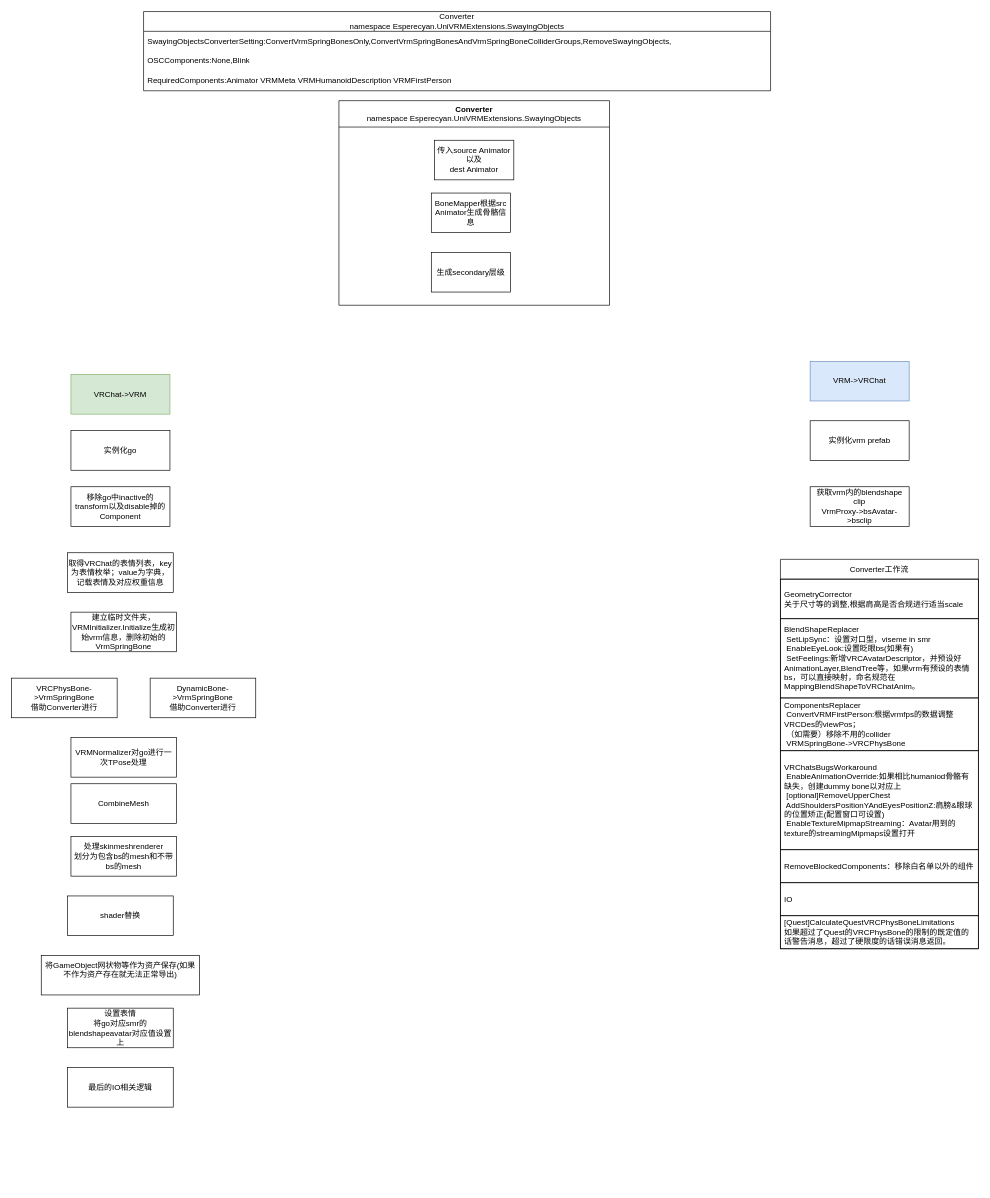
This is VRCA.drawio from Owlcean/drawiorecord, a draw.io file, before an edit. Source tidied: cells renumbered, new cells numbered last; positions are measured from the earlier drawing's top-left corner, leaving out a move shared by most shapes. Both pictures are drawn from the tidied source at 66%, with x=0, y=0 at pixel (11, 11).
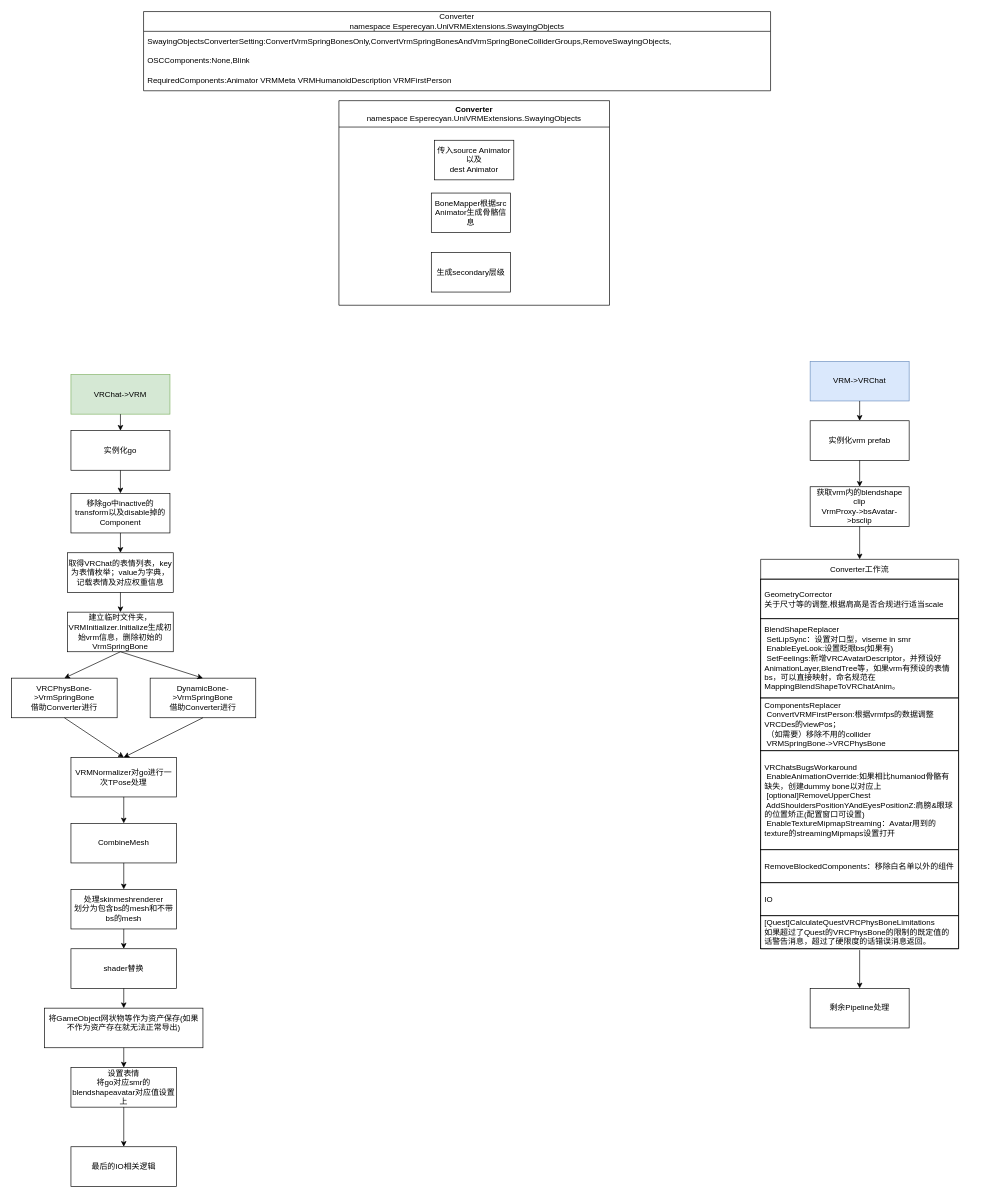
After the change.

Unchanged cells that the change refers to:
```xml
<mxCell id="2" value="VRChat-&amp;gt;VRM" style="rounded=0;whiteSpace=wrap;html=1;fillColor=#d5e8d4;strokeColor=#82b366;" parent="1" vertex="1">
  <mxGeometry x="90" y="550" width="150" height="60" as="geometry" />
</mxCell>
<mxCell id="3" value="实例化go" style="rounded=0;whiteSpace=wrap;html=1;" parent="1" vertex="1">
  <mxGeometry x="90" y="635" width="150" height="60" as="geometry" />
</mxCell>
<mxCell id="5" value="取得VRChat的表情列表，key为表情枚举；value为字典，记载表情及对应权重信息" style="whiteSpace=wrap;html=1;" parent="1" vertex="1">
  <mxGeometry x="85" y="820" width="160" height="60" as="geometry" />
</mxCell>
<mxCell id="7" value="VRCPhysBone-&amp;gt;VrmSpringBone&lt;br&gt;借助Converter进行" style="whiteSpace=wrap;html=1;" parent="1" vertex="1">
  <mxGeometry y="1010" width="160" height="60" as="geometry" />
</mxCell>
<mxCell id="16" value="DynamicBone-&amp;gt;VrmSpringBone&lt;br&gt;借助Converter进行" style="whiteSpace=wrap;html=1;" parent="1" vertex="1">
  <mxGeometry x="210" y="1010" width="160" height="60" as="geometry" />
</mxCell>
<mxCell id="24" value="VRM-&amp;gt;VRChat" style="rounded=0;whiteSpace=wrap;html=1;fillColor=#dae8fc;strokeColor=#6c8ebf;" parent="1" vertex="1">
  <mxGeometry x="1210" y="530" width="150" height="60" as="geometry" />
</mxCell>
<mxCell id="25" value="实例化vrm prefab" style="rounded=0;whiteSpace=wrap;html=1;" parent="1" vertex="1">
  <mxGeometry x="1210" y="620" width="150" height="60" as="geometry" />
</mxCell>
<mxCell id="26" value="获取vrm内的blendshape clip&lt;br&gt;VrmProxy-&amp;gt;bsAvatar-&amp;gt;bsclip" style="rounded=0;whiteSpace=wrap;html=1;" parent="1" vertex="1">
  <mxGeometry x="1210" y="720" width="150" height="60" as="geometry" />
</mxCell>
<mxCell id="34" value="[Quest]CalculateQuestVRCPhysBoneLimitations&lt;br&gt;如果超过了Quest的VRCPhysBone的限制的既定值的话警告消息，超过了硬限度的话错误消息返回。" style="text;strokeColor=default;fillColor=none;align=left;verticalAlign=middle;spacingLeft=4;spacingRight=4;overflow=hidden;points=[[0,0.5],[1,0.5]];portConstraint=eastwest;whiteSpace=wrap;html=1;" parent="27" vertex="1">
  <mxGeometry y="540" width="300" height="50" as="geometry" />
</mxCell>
```

What changed in the source:
```diff
@@
     <mxCell id="4" value="移除go中inactive的transform以及disable掉的Component" style="rounded=0;whiteSpace=wrap;html=1;" parent="1" vertex="1">
-      <mxGeometry x="90" y="720" width="150" height="60" as="geometry" />
+      <mxGeometry x="90" y="730" width="150" height="60" as="geometry" />
     </mxCell>
@@
     <mxCell id="6" value="建立临时文件夹，&lt;br&gt;VRMInitializer.Initialize生成初始vrm信息，删除初始的VrmSpringBone" style="whiteSpace=wrap;html=1;" parent="1" vertex="1">
-      <mxGeometry x="90" y="910" width="160" height="60" as="geometry" />
+      <mxGeometry x="85" y="910" width="160" height="60" as="geometry" />
     </mxCell>
@@
     <mxCell id="17" value="VRMNormalizer对go进行一次TPose处理" style="whiteSpace=wrap;html=1;" parent="1" vertex="1">
-      <mxGeometry x="90" y="1100" width="160" height="60" as="geometry" />
+      <mxGeometry x="90" y="1130" width="160" height="60" as="geometry" />
     </mxCell>
     <mxCell id="18" value="CombineMesh" style="whiteSpace=wrap;html=1;" parent="1" vertex="1">
-      <mxGeometry x="90" y="1170" width="160" height="60" as="geometry" />
+      <mxGeometry x="90" y="1230" width="160" height="60" as="geometry" />
     </mxCell>
     <mxCell id="19" value="处理skinmeshrenderer&lt;br&gt;划分为包含bs的mesh和不带bs的mesh" style="whiteSpace=wrap;html=1;" parent="1" vertex="1">
-      <mxGeometry x="90" y="1250" width="160" height="60" as="geometry" />
+      <mxGeometry x="90" y="1330" width="160" height="60" as="geometry" />
     </mxCell>
     <mxCell id="20" value="shader替换" style="whiteSpace=wrap;html=1;" parent="1" vertex="1">
-      <mxGeometry x="85" y="1340" width="160" height="60" as="geometry" />
+      <mxGeometry x="90" y="1420" width="160" height="60" as="geometry" />
     </mxCell>
     <mxCell id="21" value="&lt;div&gt;将GameObject网状物等作为资产保存(如果不作为资产存在就无法正常导出)&lt;/div&gt;&lt;div&gt;&lt;br&gt;&lt;/div&gt;" style="whiteSpace=wrap;html=1;" parent="1" vertex="1">
-      <mxGeometry x="45" y="1430" width="240" height="60" as="geometry" />
+      <mxGeometry x="50" y="1510" width="240" height="60" as="geometry" />
     </mxCell>
     <mxCell id="22" value="设置表情&lt;br&gt;将go对应smr的blendshapeavatar对应值设置上" style="whiteSpace=wrap;html=1;" parent="1" vertex="1">
-      <mxGeometry x="85" y="1510" width="160" height="60" as="geometry" />
+      <mxGeometry x="90" y="1600" width="160" height="60" as="geometry" />
     </mxCell>
     <mxCell id="23" value="最后的IO相关逻辑" style="whiteSpace=wrap;html=1;" parent="1" vertex="1">
-      <mxGeometry x="85" y="1600" width="160" height="60" as="geometry" />
+      <mxGeometry x="90" y="1720" width="160" height="60" as="geometry" />
     </mxCell>
@@
     <mxCell id="27" value="Converter工作流" style="swimlane;fontStyle=0;horizontal=1;startSize=30;whiteSpace=wrap;html=1;" parent="1" vertex="1">
-      <mxGeometry x="1165" y="830" width="300" height="590" as="geometry" />
+      <mxGeometry x="1135" y="830" width="300" height="590" as="geometry" />
     </mxCell>
@@
+    <mxCell id="35" value="剩余Pipeline处理" style="rounded=0;whiteSpace=wrap;html=1;" parent="1" vertex="1">
+      <mxGeometry x="1210" y="1480" width="150" height="60" as="geometry" />
+    </mxCell>
+    <mxCell id="36" style="endArrow=classic;html=1;rounded=0;exitX=0.5;exitY=1;exitDx=0;exitDy=0;entryX=0.5;entryY=0;entryDx=0;entryDy=0;" parent="1" edge="1" source="24" target="25">
+      <mxGeometry relative="1" as="geometry" />
+    </mxCell>
+    <mxCell id="37" style="endArrow=classic;html=1;rounded=0;exitX=0.5;exitY=1;exitDx=0;exitDy=0;entryX=0.5;entryY=0;entryDx=0;entryDy=0;" parent="1" edge="1" source="25" target="26">
+      <mxGeometry relative="1" as="geometry" />
+    </mxCell>
+    <mxCell id="38" style="endArrow=classic;html=1;rounded=0;exitX=0.5;exitY=1;exitDx=0;exitDy=0;entryX=0.5;entryY=0;entryDx=0;entryDy=0;" parent="1" edge="1" source="26" target="27">
+      <mxGeometry relative="1" as="geometry" />
+    </mxCell>
+    <mxCell id="39" style="endArrow=classic;html=1;rounded=0;exitX=0.5;exitY=1.04;exitDx=0;exitDy=0;entryX=0.5;entryY=0;entryDx=0;entryDy=0;exitPerimeter=0;" parent="1" edge="1" source="34" target="35">
+      <mxGeometry relative="1" as="geometry" />
+    </mxCell>
+    <mxCell id="40" style="endArrow=classic;html=1;rounded=0;exitX=0.5;exitY=1;exitDx=0;exitDy=0;entryX=0.5;entryY=0;entryDx=0;entryDy=0;" parent="1" edge="1" source="2" target="3">
+      <mxGeometry relative="1" as="geometry" />
+    </mxCell>
+    <mxCell id="41" style="endArrow=classic;html=1;rounded=0;entryX=0.5;entryY=0;entryDx=0;entryDy=0;exitX=0.5;exitY=1;exitDx=0;exitDy=0;" parent="1" edge="1" source="3" target="4">
+      <mxGeometry relative="1" as="geometry" />
+    </mxCell>
+    <mxCell id="42" style="endArrow=classic;html=1;rounded=0;entryX=0.5;entryY=0;entryDx=0;entryDy=0;exitX=0.5;exitY=1;exitDx=0;exitDy=0;" parent="1" edge="1" source="4" target="5">
+      <mxGeometry relative="1" as="geometry" />
+    </mxCell>
+    <mxCell id="43" style="endArrow=classic;html=1;rounded=0;entryX=0.5;entryY=0;entryDx=0;entryDy=0;exitX=0.5;exitY=1;exitDx=0;exitDy=0;" parent="1" edge="1" source="5" target="6">
+      <mxGeometry relative="1" as="geometry" />
+    </mxCell>
+    <mxCell id="44" style="endArrow=classic;html=1;rounded=0;entryX=0.5;entryY=0;entryDx=0;entryDy=0;exitX=0.5;exitY=1;exitDx=0;exitDy=0;" parent="1" edge="1" source="6" target="7">
+      <mxGeometry relative="1" as="geometry" />
+    </mxCell>
+    <mxCell id="45" style="endArrow=classic;html=1;rounded=0;entryX=0.5;entryY=0;entryDx=0;entryDy=0;exitX=0.5;exitY=1;exitDx=0;exitDy=0;" parent="1" edge="1" source="6" target="16">
+      <mxGeometry relative="1" as="geometry" />
+    </mxCell>
+    <mxCell id="46" style="endArrow=classic;html=1;rounded=0;exitX=0.5;exitY=1;exitDx=0;exitDy=0;entryX=0.5;entryY=0;entryDx=0;entryDy=0;" parent="1" edge="1" source="7" target="17">
+      <mxGeometry relative="1" as="geometry" />
+    </mxCell>
+    <mxCell id="47" style="endArrow=classic;html=1;rounded=0;exitX=0.5;exitY=1;exitDx=0;exitDy=0;entryX=0.5;entryY=0;entryDx=0;entryDy=0;" parent="1" edge="1" source="16" target="17">
+      <mxGeometry relative="1" as="geometry" />
+    </mxCell>
+    <mxCell id="48" style="endArrow=classic;html=1;rounded=0;exitX=0.5;exitY=1;exitDx=0;exitDy=0;entryX=0.5;entryY=0;entryDx=0;entryDy=0;" parent="1" edge="1" source="17" target="18">
+      <mxGeometry relative="1" as="geometry" />
+    </mxCell>
+    <mxCell id="49" style="endArrow=classic;html=1;rounded=0;exitX=0.5;exitY=1;exitDx=0;exitDy=0;entryX=0.5;entryY=0;entryDx=0;entryDy=0;" parent="1" edge="1" source="18" target="19">
+      <mxGeometry relative="1" as="geometry" />
+    </mxCell>
+    <mxCell id="50" style="endArrow=classic;html=1;rounded=0;entryX=0.5;entryY=0;entryDx=0;entryDy=0;" parent="1" edge="1" target="20">
+      <mxGeometry relative="1" as="geometry">
+        <mxPoint x="170" y="1390" as="sourcePoint" />
+      </mxGeometry>
+    </mxCell>
+    <mxCell id="51" style="endArrow=classic;html=1;rounded=0;entryX=0.5;entryY=0;entryDx=0;entryDy=0;exitX=0.5;exitY=1;exitDx=0;exitDy=0;" parent="1" edge="1" source="20" target="21">
+      <mxGeometry relative="1" as="geometry" />
+    </mxCell>
+    <mxCell id="52" style="endArrow=classic;html=1;rounded=0;entryX=0.5;entryY=0;entryDx=0;entryDy=0;exitX=0.5;exitY=1;exitDx=0;exitDy=0;" parent="1" edge="1" source="21" target="22">
+      <mxGeometry relative="1" as="geometry" />
+    </mxCell>
+    <mxCell id="53" style="endArrow=classic;html=1;rounded=0;exitX=0.5;exitY=1;exitDx=0;exitDy=0;" parent="1" edge="1" source="22" target="23">
+      <mxGeometry relative="1" as="geometry" />
+    </mxCell>
```
